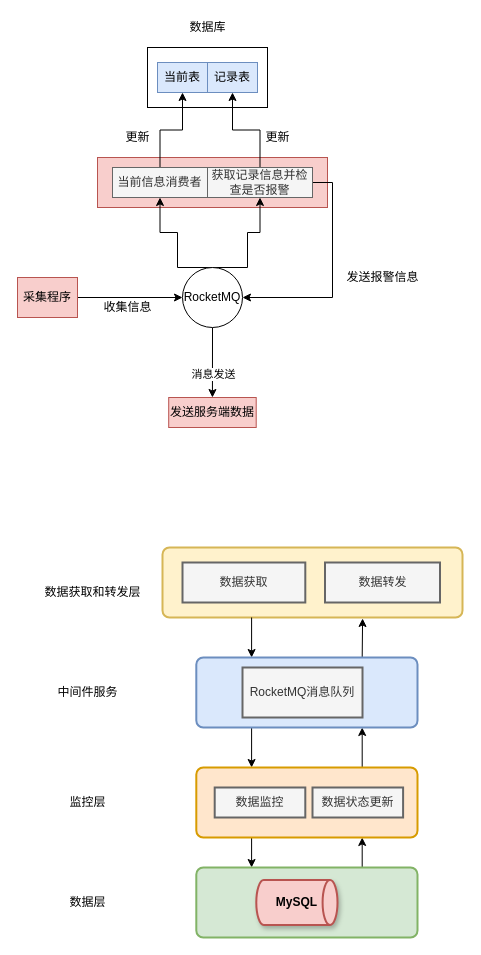
Before: Untitled Diagram.drawio in hqius/draw, a draw.io diagram. Source tidied: cells renumbered, new cells numbered last; positions are measured from the earlier drawing's top-left corner, leaving out a move shared by most shapes. Both pictures are drawn from the tidied source at 100%, with x=0, y=0 at pixel (17, 17).
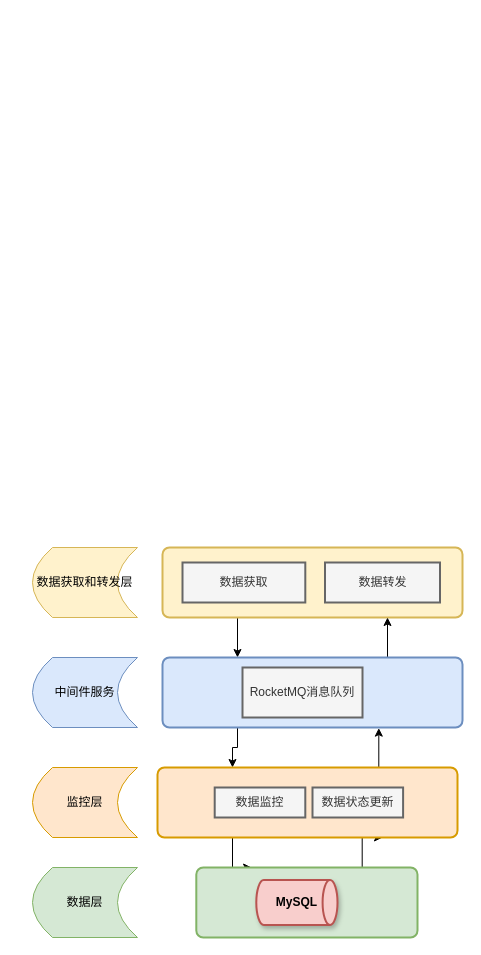
Above is the later version.

The change refers to these unchanged cells:
```xml
<mxCell id="2" style="rounded=1;whiteSpace=wrap;html=1;absoluteArcSize=1;arcSize=14;strokeWidth=2;shadow=0;fillColor=#fff2cc;strokeColor=#d6b656;" parent="1" vertex="1">
  <mxGeometry x="145" y="530" width="300" height="70" as="geometry" />
</mxCell>
```

What changed in the source:
```diff
@@
+    <mxCell id="45" style="edgeStyle=orthogonalEdgeStyle;rounded=0;jettySize=auto;html=1;exitX=0.25;exitY=1;exitDx=0;exitDy=0;entryX=0.25;entryY=0;entryDx=0;entryDy=0;" parent="1" edge="1" source="2" target="38">
+      <mxGeometry relative="1" as="geometry" />
+    </mxCell>
@@
-    <mxCell id="6" style="rounded=0;whiteSpace=wrap;html=1;fillColor=#f8cecc;strokeColor=#b85450;" parent="1" vertex="1">
-      <mxGeometry x="80" y="140" width="230" height="50" as="geometry" />
-    </mxCell>
-    <mxCell id="7" style="rounded=0;whiteSpace=wrap;html=1;" parent="1" vertex="1">
-      <mxGeometry x="130" y="30" width="120" height="60" as="geometry" />
-    </mxCell>
-    <mxCell id="8" style="edgeStyle=orthogonalEdgeStyle;rounded=0;jettySize=auto;html=1;exitX=1;exitY=0.5;exitDx=0;exitDy=0;entryX=0;entryY=0.5;entryDx=0;entryDy=0;" parent="1" edge="1" source="9" target="14">
-      <mxGeometry relative="1" as="geometry" />
-    </mxCell>
-    <mxCell id="9" value="采集程序" style="rounded=0;whiteSpace=wrap;html=1;fillColor=#f8cecc;strokeColor=#b85450;" parent="1" vertex="1">
-      <mxGeometry y="260" width="60" height="40" as="geometry" />
-    </mxCell>
-    <mxCell id="10" style="edgeStyle=orthogonalEdgeStyle;rounded=0;jettySize=auto;html=1;exitX=0.5;exitY=1;exitDx=0;exitDy=0;entryX=0.5;entryY=0;entryDx=0;entryDy=0;" parent="1" edge="1" source="14" target="20">
-      <mxGeometry relative="1" as="geometry" />
-    </mxCell>
-    <mxCell id="11" value="消息发送" style="edgeLabel;html=1;align=center;verticalAlign=middle;" parent="10" vertex="1">
-      <mxGeometry x="-0.1" y="1" relative="1" as="geometry">
-        <mxPoint y="14" as="offset" />
-      </mxGeometry>
-    </mxCell>
-    <mxCell id="12" style="edgeStyle=orthogonalEdgeStyle;rounded=0;jettySize=auto;html=1;exitX=0.5;exitY=0;exitDx=0;exitDy=0;entryX=0.5;entryY=1;entryDx=0;entryDy=0;startArrow=none;startFill=0;endArrow=classic;endFill=1;" parent="1" edge="1" source="14" target="19">
-      <mxGeometry relative="1" as="geometry">
-        <Array as="points">
-          <mxPoint x="160" y="250" />
-          <mxPoint x="160" y="215" />
-          <mxPoint x="143" y="215" />
-        </Array>
-      </mxGeometry>
-    </mxCell>
-    <mxCell id="13" style="edgeStyle=orthogonalEdgeStyle;rounded=0;jettySize=auto;html=1;exitX=0.5;exitY=0;exitDx=0;exitDy=0;entryX=0.5;entryY=1;entryDx=0;entryDy=0;startArrow=none;startFill=0;endArrow=classic;endFill=1;" parent="1" edge="1" source="14" target="24">
-      <mxGeometry relative="1" as="geometry">
-        <Array as="points">
-          <mxPoint x="230" y="250" />
-          <mxPoint x="230" y="215" />
-          <mxPoint x="243" y="215" />
-        </Array>
-      </mxGeometry>
-    </mxCell>
-    <mxCell id="14" value="RocketMQ" style="ellipse;whiteSpace=wrap;html=1;" parent="1" vertex="1">
-      <mxGeometry x="165" y="250" width="60" height="60" as="geometry" />
-    </mxCell>
-    <mxCell id="15" style="edgeStyle=orthogonalEdgeStyle;rounded=0;jettySize=auto;html=1;exitX=0.5;exitY=1;exitDx=0;exitDy=0;entryX=0.5;entryY=0;entryDx=0;entryDy=0;endArrow=none;endFill=0;startArrow=classic;startFill=1;" parent="1" edge="1" source="16" target="19">
-      <mxGeometry relative="1" as="geometry" />
-    </mxCell>
-    <mxCell id="16" value="当前表" style="rounded=0;whiteSpace=wrap;html=1;fillColor=#dae8fc;strokeColor=#6c8ebf;" parent="1" vertex="1">
-      <mxGeometry x="140" y="45" width="50" height="30" as="geometry" />
-    </mxCell>
-    <mxCell id="17" value="记录表" style="rounded=0;whiteSpace=wrap;html=1;fillColor=#dae8fc;strokeColor=#6c8ebf;" parent="1" vertex="1">
-      <mxGeometry x="190" y="45" width="50" height="30" as="geometry" />
-    </mxCell>
-    <mxCell id="18" value="数据库" style="text;html=1;align=center;verticalAlign=middle;fillColor=none;strokeColor=none;rounded=0;" parent="1" vertex="1">
-      <mxGeometry x="165" width="50" height="20" as="geometry" />
-    </mxCell>
-    <mxCell id="19" value="当前信息消费者" style="rounded=0;whiteSpace=wrap;html=1;fillColor=#f5f5f5;strokeColor=#666666;fontColor=#333333;" parent="1" vertex="1">
-      <mxGeometry x="95" y="150" width="95" height="30" as="geometry" />
-    </mxCell>
-    <mxCell id="20" value="发送服务端数据" style="rounded=0;whiteSpace=wrap;html=1;fillColor=#f8cecc;strokeColor=#b85450;" parent="1" vertex="1">
-      <mxGeometry x="151.2" y="380" width="87.5" height="30" as="geometry" />
-    </mxCell>
-    <mxCell id="21" value="收集信息" style="text;html=1;align=center;verticalAlign=middle;" parent="1" vertex="1">
-      <mxGeometry x="80" y="280" width="60" height="20" as="geometry" />
-    </mxCell>
-    <mxCell id="22" style="edgeStyle=orthogonalEdgeStyle;rounded=0;jettySize=auto;html=1;exitX=0.5;exitY=0;exitDx=0;exitDy=0;entryX=0.5;entryY=1;entryDx=0;entryDy=0;startArrow=none;startFill=0;endArrow=classic;endFill=1;" parent="1" edge="1" source="24" target="17">
-      <mxGeometry relative="1" as="geometry" />
-    </mxCell>
-    <mxCell id="23" style="edgeStyle=orthogonalEdgeStyle;rounded=0;jettySize=auto;html=1;exitX=1;exitY=0.5;exitDx=0;exitDy=0;entryX=1;entryY=0.5;entryDx=0;entryDy=0;startArrow=none;startFill=0;endArrow=classic;endFill=1;" parent="1" edge="1" source="24" target="14">
-      <mxGeometry relative="1" as="geometry" />
-    </mxCell>
-    <mxCell id="24" value="获取记录信息并检查是否报警" style="rounded=0;whiteSpace=wrap;html=1;fillColor=#f5f5f5;strokeColor=#666666;fontColor=#333333;" parent="1" vertex="1">
-      <mxGeometry x="190" y="150" width="105" height="30" as="geometry" />
-    </mxCell>
-    <mxCell id="25" value="更新" style="text;html=1;align=center;verticalAlign=middle;" parent="1" vertex="1">
-      <mxGeometry x="100" y="110" width="40" height="20" as="geometry" />
-    </mxCell>
-    <mxCell id="26" value="更新" style="text;html=1;align=center;verticalAlign=middle;" parent="1" vertex="1">
-      <mxGeometry x="240" y="110" width="40" height="20" as="geometry" />
-    </mxCell>
-    <mxCell id="27" value="发送报警信息" style="text;html=1;align=center;verticalAlign=middle;" parent="1" vertex="1">
-      <mxGeometry x="320" y="250" width="90" height="20" as="geometry" />
-    </mxCell>
@@
-    <mxCell id="29" value="&lt;font style=&quot;font-size: 12px&quot;&gt;数据层&lt;/font&gt;" style="text;html=1;align=center;verticalAlign=middle;" parent="1" vertex="1">
-      <mxGeometry x="45" y="875" width="50" height="20" as="geometry" />
-    </mxCell>
@@
-    <mxCell id="32" style="edgeStyle=orthogonalEdgeStyle;rounded=0;jettySize=auto;html=1;exitX=0.75;exitY=0;exitDx=0;exitDy=0;entryX=0.75;entryY=1;entryDx=0;entryDy=0;startArrow=none;startFill=0;endArrow=classic;endFill=1;" parent="1" edge="1" source="33" target="38">
+    <mxCell id="32" style="edgeStyle=orthogonalEdgeStyle;rounded=0;jettySize=auto;html=1;exitX=0.75;exitY=0;exitDx=0;exitDy=0;entryX=0.721;entryY=1.009;entryDx=0;entryDy=0;entryPerimeter=0;" parent="1" edge="1" source="33" target="38">
       <mxGeometry relative="1" as="geometry" />
     </mxCell>
     <mxCell id="33" style="rounded=1;whiteSpace=wrap;html=1;absoluteArcSize=1;arcSize=14;strokeWidth=2;shadow=0;fillColor=#ffe6cc;strokeColor=#d79b00;" parent="1" vertex="1">
-      <mxGeometry x="178.8" y="750" width="221.2" height="70" as="geometry" />
+      <mxGeometry x="140" y="750" width="300" height="70" as="geometry" />
     </mxCell>
-    <mxCell id="34" value="监控层" style="text;html=1;align=center;verticalAlign=middle;" parent="1" vertex="1">
-      <mxGeometry x="45" y="775" width="50" height="20" as="geometry" />
-    </mxCell>
@@
-    <mxCell id="36" style="edgeStyle=orthogonalEdgeStyle;rounded=0;jettySize=auto;html=1;exitX=0.25;exitY=0;exitDx=0;exitDy=0;entryX=0.297;entryY=1;entryDx=0;entryDy=0;entryPerimeter=0;startArrow=classic;startFill=1;endArrow=none;endFill=0;" parent="1" edge="1" source="38" target="2">
-      <mxGeometry relative="1" as="geometry" />
-    </mxCell>
-    <mxCell id="37" style="edgeStyle=orthogonalEdgeStyle;rounded=0;jettySize=auto;html=1;exitX=0.75;exitY=0;exitDx=0;exitDy=0;entryX=0.667;entryY=1.014;entryDx=0;entryDy=0;entryPerimeter=0;startArrow=none;startFill=0;endArrow=classic;endFill=1;" parent="1" edge="1" source="38" target="2">
-      <mxGeometry relative="1" as="geometry" />
-    </mxCell>
+    <mxCell id="46" style="edgeStyle=orthogonalEdgeStyle;rounded=0;jettySize=auto;html=1;exitX=0.75;exitY=0;exitDx=0;exitDy=0;entryX=0.75;entryY=1;entryDx=0;entryDy=0;" parent="1" edge="1" source="38" target="2">
+      <mxGeometry relative="1" as="geometry" />
+    </mxCell>
     <mxCell id="38" style="rounded=1;whiteSpace=wrap;html=1;absoluteArcSize=1;arcSize=14;strokeWidth=2;shadow=0;fillColor=#dae8fc;strokeColor=#6c8ebf;" parent="1" vertex="1">
-      <mxGeometry x="178.8" y="640" width="221.2" height="70" as="geometry" />
+      <mxGeometry x="145" y="640" width="300" height="70" as="geometry" />
     </mxCell>
@@
-    <mxCell id="42" value="中间件服务" style="text;html=1;align=center;verticalAlign=middle;" parent="1" vertex="1">
-      <mxGeometry x="30" y="665" width="80" height="20" as="geometry" />
-    </mxCell>
@@
-    <mxCell id="44" value="数据获取和转发层" style="text;html=1;align=center;verticalAlign=middle;" parent="1" vertex="1">
-      <mxGeometry x="20" y="565" width="110" height="20" as="geometry" />
+    <mxCell id="44" value="数据获取和转发层" style="shape=dataStorage;whiteSpace=wrap;html=1;fixedSize=1;fillColor=#fff2cc;strokeColor=#d6b656;" parent="1" vertex="1">
+      <mxGeometry x="15" y="530" width="105" height="70" as="geometry" />
     </mxCell>
+    <mxCell id="42" value="&lt;span&gt;中间件服务&lt;/span&gt;" style="shape=dataStorage;whiteSpace=wrap;html=1;fixedSize=1;fillColor=#dae8fc;strokeColor=#6c8ebf;" parent="1" vertex="1">
+      <mxGeometry x="15" y="640" width="105" height="70" as="geometry" />
+    </mxCell>
+    <mxCell id="34" value="&lt;span&gt;监控层&lt;/span&gt;" style="shape=dataStorage;whiteSpace=wrap;html=1;fixedSize=1;fillColor=#ffe6cc;strokeColor=#d79b00;" parent="1" vertex="1">
+      <mxGeometry x="15" y="750" width="105" height="70" as="geometry" />
+    </mxCell>
+    <mxCell id="29" value="&lt;span&gt;数据层&lt;/span&gt;" style="shape=dataStorage;whiteSpace=wrap;html=1;fixedSize=1;fillColor=#d5e8d4;strokeColor=#82b366;" parent="1" vertex="1">
+      <mxGeometry x="15" y="850" width="105" height="70" as="geometry" />
+    </mxCell>
```
